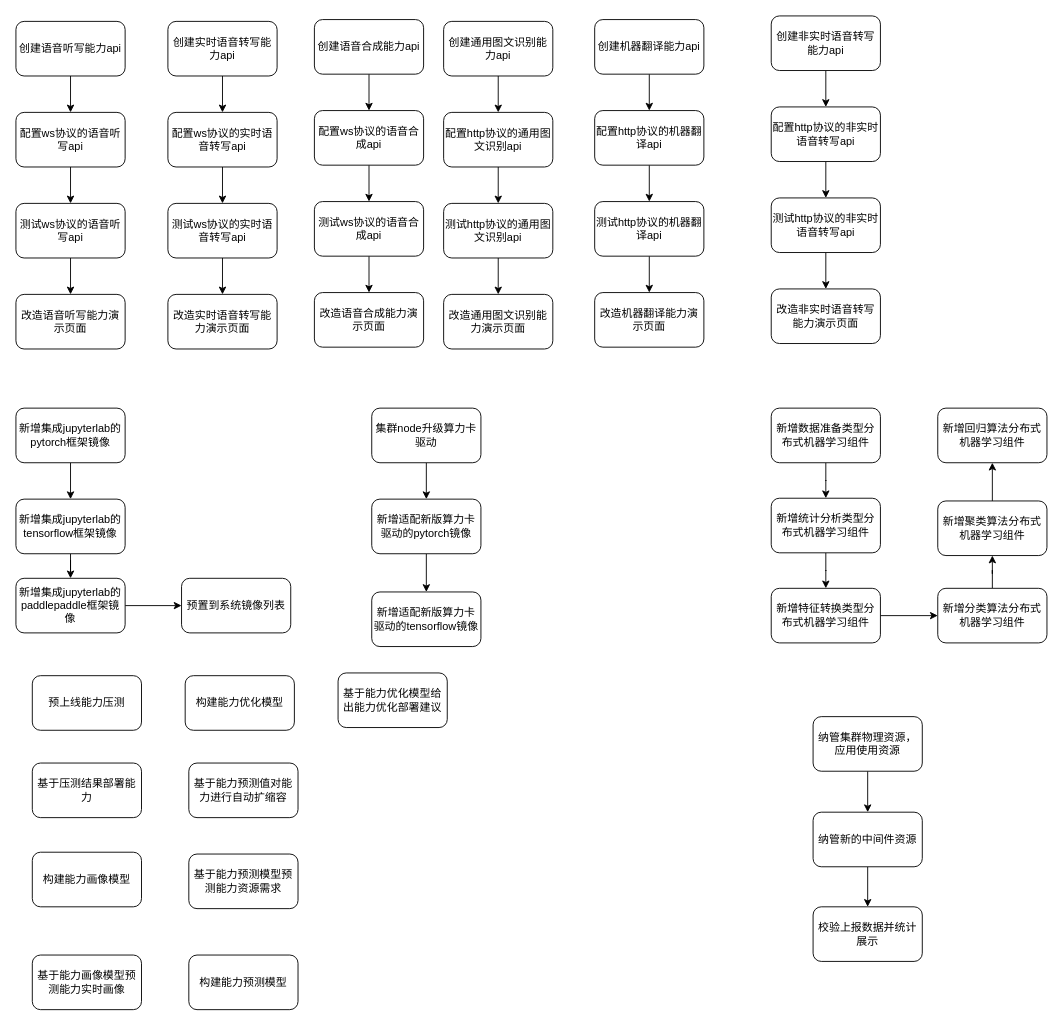
Above: 2023opex项目流程图.drawio in adtxgc/diagrams (draw.io), before the change. Source tidied: cells renumbered, new cells numbered last; positions are measured from the earlier drawing's top-left corner, leaving out a move shared by most shapes. Both pictures are drawn from the tidied source at 91%, with x=0, y=0 at pixel (15, 15).
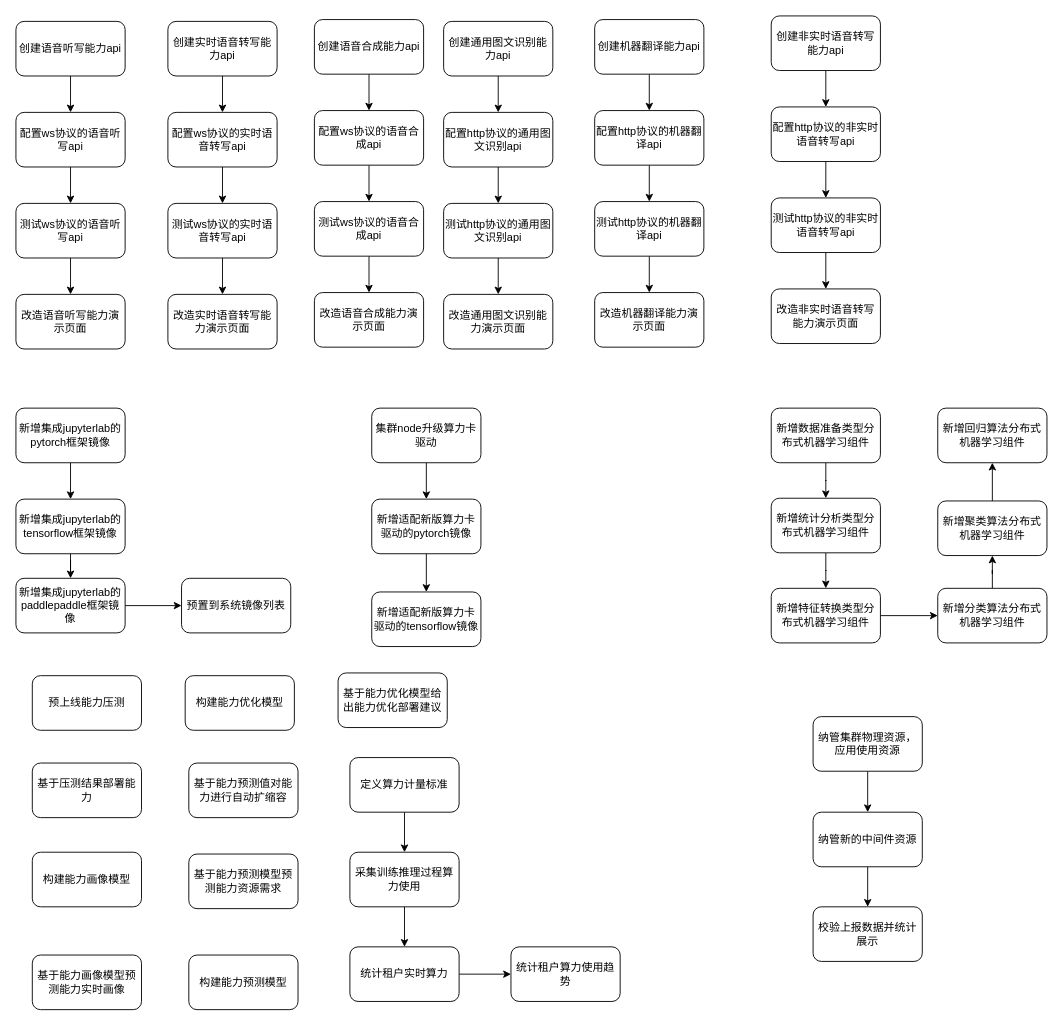
The same page after the edit.

Commit message:
更新2023opex项目流程图.drawio

What changed in the source:
```diff
@@
+    <mxCell id="81" style="edgeStyle=orthogonalEdgeStyle;rounded=0;jettySize=auto;html=1;" parent="1" edge="1" source="82" target="84">
+      <mxGeometry relative="1" as="geometry" />
+    </mxCell>
+    <mxCell id="82" value="定义算力计量标准" style="rounded=1;whiteSpace=wrap;html=1;" parent="1" vertex="1">
+      <mxGeometry x="367" y="815" width="120" height="60" as="geometry" />
+    </mxCell>
+    <mxCell id="83" style="edgeStyle=orthogonalEdgeStyle;rounded=0;jettySize=auto;html=1;" parent="1" edge="1" source="84" target="86">
+      <mxGeometry relative="1" as="geometry" />
+    </mxCell>
+    <mxCell id="84" value="采集训练推理过程算力使用" style="whiteSpace=wrap;html=1;rounded=1;" parent="1" vertex="1">
+      <mxGeometry x="367" y="919" width="120" height="60" as="geometry" />
+    </mxCell>
+    <mxCell id="85" style="edgeStyle=orthogonalEdgeStyle;rounded=0;jettySize=auto;html=1;" parent="1" edge="1" source="86" target="87">
+      <mxGeometry relative="1" as="geometry" />
+    </mxCell>
+    <mxCell id="86" value="统计租户实时算力" style="whiteSpace=wrap;html=1;rounded=1;" parent="1" vertex="1">
+      <mxGeometry x="367" y="1023" width="120" height="60" as="geometry" />
+    </mxCell>
+    <mxCell id="87" value="统计租户算力使用趋势" style="whiteSpace=wrap;html=1;rounded=1;" parent="1" vertex="1">
+      <mxGeometry x="544" y="1023" width="120" height="60" as="geometry" />
+    </mxCell>
```
